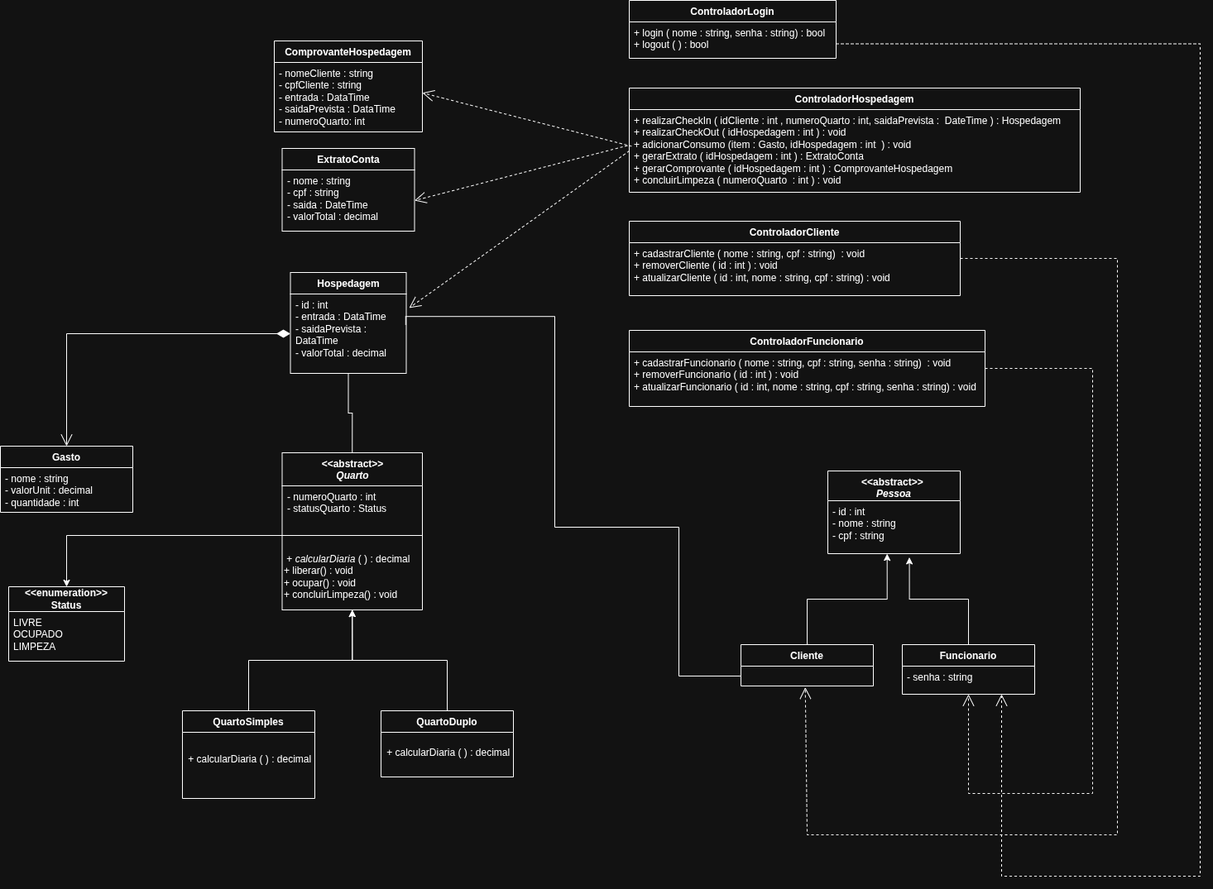
Above: UML/Diagrama de Classes.png in isaacjf22/controle-hospedagem-jf (draw.io), before the change. Source tidied: cells renumbered, new cells last; positions are measured from the earlier drawing's top-left corner, leaving out a move shared by most shapes.
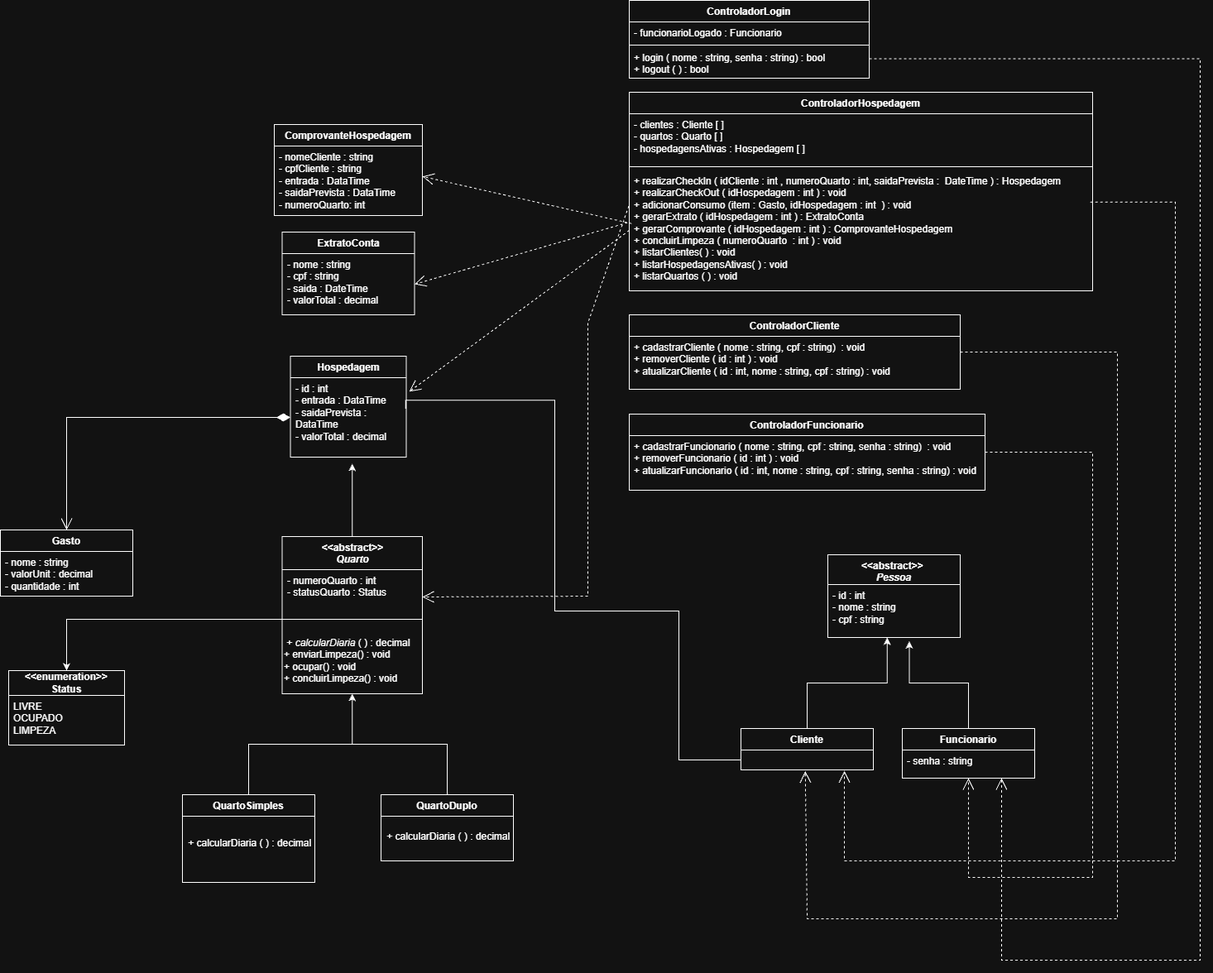
Later version of the same file.

Commit message:
update: arrumando diagrama de classes

The edit, as a diff of the source:
```diff
@@ -2,6 +2,11 @@
   <root>
     <mxCell id="0" />
     <mxCell id="1" parent="0" />
+    <mxCell id="49" style="edgeStyle=orthogonalEdgeStyle;rounded=0;jettySize=auto;html=1;" parent="1" edge="1" source="2">
+      <mxGeometry relative="1" as="geometry">
+        <mxPoint x="425.2" y="459" as="targetPoint" />
+      </mxGeometry>
+    </mxCell>
     <mxCell id="2" value="&lt;div&gt;&amp;lt;&amp;lt;abstract&amp;gt;&amp;gt;&lt;/div&gt;&lt;i&gt;Quarto&lt;/i&gt;&lt;div&gt;&lt;br&gt;&lt;div&gt;&lt;br&gt;&lt;/div&gt;&lt;/div&gt;" style="swimlane;fontStyle=1;align=center;verticalAlign=top;horizontal=1;startSize=40;whiteSpace=wrap;html=1;" parent="1" vertex="1">
       <mxGeometry x="340.5" y="547" width="169.5" height="190" as="geometry" />
     </mxCell>
@@ -11,7 +16,7 @@
     <mxCell id="4" style="line;strokeWidth=1;fillColor=none;align=left;verticalAlign=middle;spacingTop=-1;spacingLeft=3;spacingRight=3;labelPosition=right;points=[];portConstraint=eastwest;strokeColor=inherit;" parent="2" vertex="1">
       <mxGeometry y="90" width="169.5" height="20" as="geometry" />
     </mxCell>
-    <mxCell id="5" value="&amp;nbsp;+ &lt;i&gt;calcularDiaria&lt;/i&gt;&amp;nbsp;( ) : decimal&lt;div&gt;+ liberar() : void&amp;nbsp;&lt;/div&gt;&lt;div&gt;+ ocupar() : void&lt;/div&gt;&lt;div&gt;+ concluirLimpeza() : void&amp;nbsp;&amp;nbsp;&lt;/div&gt;" style="text;html=1;whiteSpace=wrap;strokeColor=none;fillColor=none;align=left;verticalAlign=middle;rounded=0;" parent="2" vertex="1">
+    <mxCell id="5" value="&amp;nbsp;+ &lt;i&gt;calcularDiaria&lt;/i&gt;&amp;nbsp;( ) : decimal&lt;div&gt;+ enviarLimpeza() : void&amp;nbsp;&lt;/div&gt;&lt;div&gt;+ ocupar() : void&lt;/div&gt;&lt;div&gt;+ concluirLimpeza() : void&amp;nbsp;&amp;nbsp;&lt;/div&gt;" style="text;html=1;whiteSpace=wrap;strokeColor=none;fillColor=none;align=left;verticalAlign=middle;rounded=0;" parent="2" vertex="1">
       <mxGeometry y="110" width="169.5" height="80" as="geometry" />
     </mxCell>
     <mxCell id="6" value="Cliente" style="swimlane;fontStyle=1;align=center;verticalAlign=top;horizontal=1;startSize=26;whiteSpace=wrap;html=1;" parent="1" vertex="1">
@@ -72,13 +77,19 @@
       <mxGeometry y="76" width="160" height="4" as="geometry" />
     </mxCell>
     <mxCell id="25" value="ControladorHospedagem&lt;div&gt;&lt;br&gt;&lt;/div&gt;" style="swimlane;fontStyle=1;align=center;verticalAlign=top;horizontal=1;startSize=26;whiteSpace=wrap;html=1;" parent="1" vertex="1">
-      <mxGeometry x="760" y="106" width="545" height="126" as="geometry" />
+      <mxGeometry x="760" y="10" width="560" height="240" as="geometry" />
     </mxCell>
+    <mxCell id="50" value="- clientes : Cliente [ ]&amp;nbsp;&lt;div&gt;- quartos : Quarto [ ]&amp;nbsp;&lt;/div&gt;&lt;div&gt;- hospedagensAtivas : Hospedagem [ ]&amp;nbsp;&lt;/div&gt;" style="text;strokeColor=none;fillColor=none;align=left;verticalAlign=top;spacingLeft=4;spacingRight=4;overflow=hidden;whiteSpace=wrap;html=1;" parent="25" vertex="1">
+      <mxGeometry y="26" width="560" height="60" as="geometry" />
+    </mxCell>
+    <mxCell id="51" style="line;strokeWidth=1;fillColor=none;align=left;verticalAlign=middle;spacingTop=-1;spacingLeft=3;spacingRight=3;labelPosition=right;strokeColor=inherit;" parent="25" vertex="1">
+      <mxGeometry y="86" width="560" height="8" as="geometry" />
+    </mxCell>
-    <mxCell id="26" value="+ realizarCheckIn ( idCliente : int , numeroQuarto : int, saidaPrevista :&amp;nbsp; DateTime ) : Hospedagem&amp;nbsp;&lt;div&gt;+ realizarCheckOut (&lt;span style=&quot;background-color: transparent; color: light-dark(rgb(0, 0, 0), rgb(255, 255, 255));&quot;&gt; &lt;/span&gt;&lt;span style=&quot;background-color: transparent; color: light-dark(rgb(0, 0, 0), rgb(255, 255, 255));&quot;&gt;idHospedagem : int&lt;/span&gt;&lt;span style=&quot;background-color: transparent; color: light-dark(rgb(0, 0, 0), rgb(255, 255, 255));&quot;&gt; &lt;/span&gt;&lt;span style=&quot;background-color: transparent; color: light-dark(rgb(0, 0, 0), rgb(255, 255, 255));&quot;&gt;) : void&amp;nbsp;&lt;/span&gt;&lt;/div&gt;&lt;div&gt;+ adicionarConsumo (item : Gasto,&amp;nbsp;&lt;span style=&quot;background-color: transparent; color: light-dark(rgb(0, 0, 0), rgb(255, 255, 255));&quot;&gt;idHospedagem : int&lt;/span&gt;&lt;span style=&quot;background-color: transparent; color: light-dark(rgb(0, 0, 0), rgb(255, 255, 255));&quot;&gt;&amp;nbsp;&amp;nbsp;&lt;/span&gt;&lt;span style=&quot;background-color: transparent; color: light-dark(rgb(0, 0, 0), rgb(255, 255, 255));&quot;&gt;) : void&amp;nbsp;&lt;/span&gt;&lt;/div&gt;&lt;div&gt;+ gerarExtrato ( idHospedagem : int ) : ExtratoConta&lt;/div&gt;&lt;div&gt;+ gerarComprovante ( idHospedagem : int ) :&amp;nbsp;&lt;span style=&quot;text-align: center; background-color: transparent; color: light-dark(rgb(0, 0, 0), rgb(255, 255, 255));&quot;&gt;ComprovanteHospedagem&lt;/span&gt;&lt;/div&gt;&lt;div&gt;&lt;span style=&quot;text-align: center; background-color: transparent; color: light-dark(rgb(0, 0, 0), rgb(255, 255, 255));&quot;&gt;+ concluirLimpeza ( numeroQuarto&amp;nbsp; : int ) : void&amp;nbsp;&lt;/span&gt;&lt;/div&gt;&lt;div&gt;&lt;br&gt;&lt;/div&gt;" style="text;strokeColor=none;fillColor=none;align=left;verticalAlign=top;spacingLeft=4;spacingRight=4;overflow=hidden;points=[[0,0.5],[1,0.5]];portConstraint=eastwest;whiteSpace=wrap;html=1;" parent="25" vertex="1">
-      <mxGeometry y="26" width="545" height="100" as="geometry" />
+    <mxCell id="26" value="+ realizarCheckIn ( idCliente : int , numeroQuarto : int, saidaPrevista :&amp;nbsp; DateTime ) : Hospedagem&amp;nbsp;&lt;div&gt;+ realizarCheckOut (&lt;span style=&quot;background-color: transparent; color: light-dark(rgb(0, 0, 0), rgb(255, 255, 255));&quot;&gt; &lt;/span&gt;&lt;span style=&quot;background-color: transparent; color: light-dark(rgb(0, 0, 0), rgb(255, 255, 255));&quot;&gt;idHospedagem : int&lt;/span&gt;&lt;span style=&quot;background-color: transparent; color: light-dark(rgb(0, 0, 0), rgb(255, 255, 255));&quot;&gt; &lt;/span&gt;&lt;span style=&quot;background-color: transparent; color: light-dark(rgb(0, 0, 0), rgb(255, 255, 255));&quot;&gt;) : void&amp;nbsp;&lt;/span&gt;&lt;/div&gt;&lt;div&gt;+ adicionarConsumo (item : Gasto,&amp;nbsp;&lt;span style=&quot;background-color: transparent; color: light-dark(rgb(0, 0, 0), rgb(255, 255, 255));&quot;&gt;idHospedagem : int&lt;/span&gt;&lt;span style=&quot;background-color: transparent; color: light-dark(rgb(0, 0, 0), rgb(255, 255, 255));&quot;&gt;&amp;nbsp;&amp;nbsp;&lt;/span&gt;&lt;span style=&quot;background-color: transparent; color: light-dark(rgb(0, 0, 0), rgb(255, 255, 255));&quot;&gt;) : void&amp;nbsp;&lt;/span&gt;&lt;/div&gt;&lt;div&gt;+ gerarExtrato ( idHospedagem : int ) : ExtratoConta&lt;/div&gt;&lt;div&gt;+ gerarComprovante ( idHospedagem : int ) :&amp;nbsp;&lt;span style=&quot;text-align: center; background-color: transparent; color: light-dark(rgb(0, 0, 0), rgb(255, 255, 255));&quot;&gt;ComprovanteHospedagem&lt;/span&gt;&lt;/div&gt;&lt;div&gt;&lt;span style=&quot;text-align: center; background-color: transparent; color: light-dark(rgb(0, 0, 0), rgb(255, 255, 255));&quot;&gt;+ concluirLimpeza ( numeroQuarto&amp;nbsp; : int ) : void&amp;nbsp;&lt;/span&gt;&lt;/div&gt;&lt;div&gt;&lt;span style=&quot;text-align: center; background-color: transparent; color: light-dark(rgb(0, 0, 0), rgb(255, 255, 255));&quot;&gt;+ listarClientes( ) : void&lt;/span&gt;&lt;/div&gt;&lt;div&gt;+ listarHospedagensAtivas( ) : void&lt;/div&gt;&lt;div&gt;+ listarQuartos ( ) : void&amp;nbsp;&lt;/div&gt;" style="text;strokeColor=none;fillColor=none;align=left;verticalAlign=top;spacingLeft=4;spacingRight=4;overflow=hidden;points=[[0,0.5],[1,0.5]];portConstraint=eastwest;whiteSpace=wrap;html=1;" parent="25" vertex="1">
+      <mxGeometry y="94" width="560" height="146" as="geometry" />
     </mxCell>
     <mxCell id="27" value="ControladorCliente&lt;div&gt;&lt;br&gt;&lt;/div&gt;" style="swimlane;fontStyle=1;align=center;verticalAlign=top;horizontal=1;startSize=26;whiteSpace=wrap;html=1;" parent="1" vertex="1">
-      <mxGeometry x="760" y="267" width="400" height="90" as="geometry" />
+      <mxGeometry x="760" y="279" width="400" height="90" as="geometry" />
     </mxCell>
     <mxCell id="28" value="+ cadastrarCliente ( nome : string, cpf : string)&amp;nbsp; : void&amp;nbsp;&lt;div&gt;+ removerCliente ( id : int ) : void&amp;nbsp;&lt;/div&gt;&lt;div&gt;+ atualizarCliente ( id : int, nome : string, cpf : string) : void&lt;/div&gt;&lt;div&gt;&lt;br&gt;&lt;/div&gt;" style="text;strokeColor=none;fillColor=none;align=left;verticalAlign=top;spacingLeft=4;spacingRight=4;overflow=hidden;whiteSpace=wrap;html=1;" parent="27" vertex="1">
       <mxGeometry y="26" width="400" height="64" as="geometry" />
@@ -90,10 +101,16 @@
       <mxGeometry y="26" width="430" height="66" as="geometry" />
     </mxCell>
     <mxCell id="31" value="ControladorLogin" style="swimlane;fontStyle=1;align=center;verticalAlign=top;horizontal=1;startSize=26;whiteSpace=wrap;html=1;" parent="1" vertex="1">
-      <mxGeometry x="760" width="250" height="70" as="geometry" />
+      <mxGeometry x="760" y="-101" width="290" height="94" as="geometry" />
     </mxCell>
+    <mxCell id="52" value="- funcionarioLogado : Funcionario&amp;nbsp;" style="text;strokeColor=none;fillColor=none;align=left;verticalAlign=top;spacingLeft=4;spacingRight=4;overflow=hidden;whiteSpace=wrap;html=1;" parent="31" vertex="1">
+      <mxGeometry y="26" width="290" height="26" as="geometry" />
+    </mxCell>
+    <mxCell id="53" style="line;strokeWidth=1;fillColor=none;align=left;verticalAlign=middle;spacingTop=-1;spacingLeft=3;spacingRight=3;labelPosition=right;strokeColor=inherit;" parent="31" vertex="1">
+      <mxGeometry y="52" width="290" height="4" as="geometry" />
+    </mxCell>
     <mxCell id="32" value="+ login ( nome : string, senha : string) : bool&lt;div&gt;+ logout ( ) : bool&amp;nbsp;&lt;/div&gt;&lt;div&gt;&lt;br&gt;&lt;/div&gt;" style="text;strokeColor=none;fillColor=none;align=left;verticalAlign=top;spacingLeft=4;spacingRight=4;overflow=hidden;whiteSpace=wrap;html=1;" parent="31" vertex="1">
-      <mxGeometry y="26" width="250" height="44" as="geometry" />
+      <mxGeometry y="56" width="290" height="38" as="geometry" />
     </mxCell>
     <mxCell id="33" value="Hospedagem" style="swimlane;fontStyle=1;align=center;verticalAlign=top;horizontal=1;startSize=26;whiteSpace=wrap;html=1;" parent="1" vertex="1">
       <mxGeometry x="350.5" y="329" width="140" height="122" as="geometry" />
@@ -110,9 +127,6 @@
     <mxCell id="37" style="edgeStyle=orthogonalEdgeStyle;rounded=0;jettySize=auto;html=1;entryX=0.448;entryY=1.002;entryDx=0;entryDy=0;entryPerimeter=0;" parent="1" edge="1" source="6" target="11">
       <mxGeometry relative="1" as="geometry" />
     </mxCell>
-    <mxCell id="38" style="endArrow=none;html=1;edgeStyle=orthogonalEdgeStyle;rounded=0;exitX=0.5;exitY=0;exitDx=0;exitDy=0;entryX=0.5;entryY=1;entryDx=0;entryDy=0;" parent="1" edge="1" source="2" target="33">
-      <mxGeometry relative="1" as="geometry" />
-    </mxCell>
     <mxCell id="39" style="endArrow=none;html=1;edgeStyle=orthogonalEdgeStyle;rounded=0;entryX=0.995;entryY=0.388;entryDx=0;entryDy=0;entryPerimeter=0;exitX=0;exitY=0.5;exitDx=0;exitDy=0;" parent="1" edge="1" source="7" target="34">
       <mxGeometry x="0.09" relative="1" as="geometry">
         <Array as="points">
@@ -124,10 +138,9 @@
       </mxGeometry>
     </mxCell>
     <mxCell id="40" style="endArrow=open;endSize=12;dashed=1;html=1;rounded=0;exitX=1;exitY=0.5;exitDx=0;exitDy=0;entryX=0.486;entryY=1.065;entryDx=0;entryDy=0;entryPerimeter=0;" parent="1" edge="1" source="27" target="7">
-      <mxGeometry x="0.11" relative="1" as="geometry">
+      <mxGeometry x="0.1" relative="1" as="geometry">
         <Array as="points">
-          <mxPoint x="1290" y="312" />
-          <mxPoint x="1350" y="312" />
+          <mxPoint x="1350" y="324" />
           <mxPoint x="1350" y="1009" />
           <mxPoint x="975" y="1009" />
         </Array>
@@ -163,9 +176,9 @@
       <mxGeometry x="-1" y="3" relative="1" as="geometry" />
     </mxCell>
     <mxCell id="47" style="endArrow=open;endSize=12;dashed=1;html=1;rounded=0;exitX=1;exitY=0.75;exitDx=0;exitDy=0;entryX=0.75;entryY=1;entryDx=0;entryDy=0;" parent="1" edge="1" source="31" target="12">
-      <mxGeometry x="-0.31" y="-1" relative="1" as="geometry">
+      <mxGeometry x="-0.26" y="-1" relative="1" as="geometry">
         <Array as="points">
-          <mxPoint x="1450" y="52.5" />
+          <mxPoint x="1450" y="-30.5" />
           <mxPoint x="1450" y="499" />
           <mxPoint x="1450" y="1059" />
           <mxPoint x="1210" y="1059" />
@@ -175,5 +188,22 @@
     <mxCell id="48" style="edgeStyle=orthogonalEdgeStyle;rounded=0;jettySize=auto;html=1;entryX=0.5;entryY=0;entryDx=0;entryDy=0;" parent="1" edge="1" source="4" target="44">
       <mxGeometry relative="1" as="geometry" />
     </mxCell>
+    <mxCell id="54" style="endArrow=open;endSize=12;dashed=1;html=1;rounded=0;exitX=0.995;exitY=0.265;exitDx=0;exitDy=0;exitPerimeter=0;entryX=0.782;entryY=1.054;entryDx=0;entryDy=0;entryPerimeter=0;" parent="1" edge="1" source="26" target="7">
+      <mxGeometry x="-0.07" relative="1" as="geometry">
+        <Array as="points">
+          <mxPoint x="1420" y="142.7" />
+          <mxPoint x="1420" y="939" />
+          <mxPoint x="1020" y="939" />
+        </Array>
+      </mxGeometry>
+    </mxCell>
+    <mxCell id="55" style="endArrow=open;endSize=12;dashed=1;html=1;rounded=0;exitX=-0.001;exitY=0.298;exitDx=0;exitDy=0;exitPerimeter=0;entryX=1;entryY=0.66;entryDx=0;entryDy=0;entryPerimeter=0;" parent="1" edge="1" source="26" target="3">
+      <mxGeometry relative="1" as="geometry">
+        <Array as="points">
+          <mxPoint x="710" y="289" />
+          <mxPoint x="710" y="619" />
+        </Array>
+      </mxGeometry>
+    </mxCell>
   </root>
 </mxGraphModel>
```
